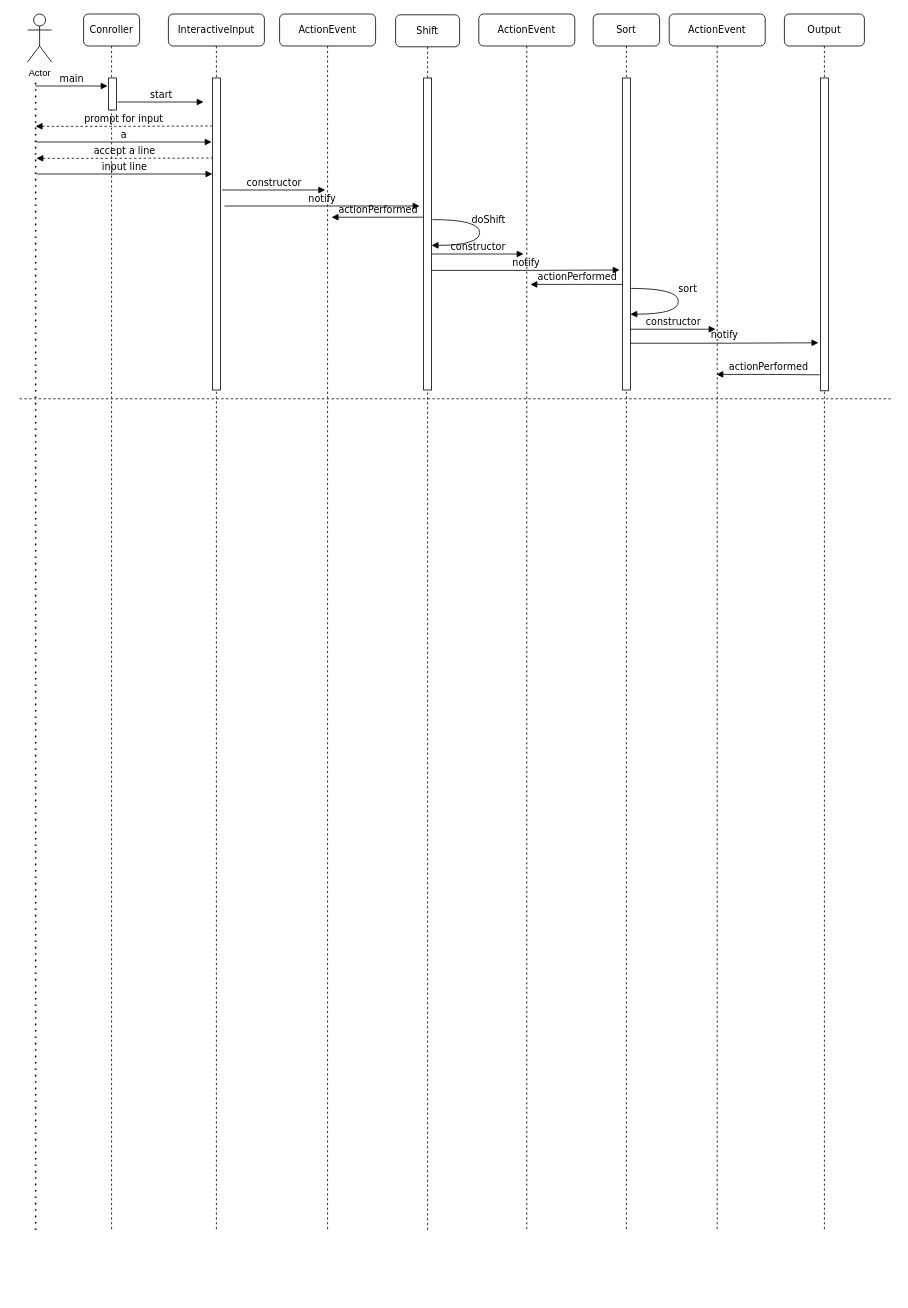
parveshj/577 keeps this draw.io diagram as HW2Q1.drawio. Above is the earlier version. Source tidied: cells renumbered, new cells numbered last; positions are measured from the earlier drawing's top-left corner, leaving out a move shared by most shapes. Both pictures are drawn from the tidied source at 80%, with x=0, y=0 at pixel (19, 14).
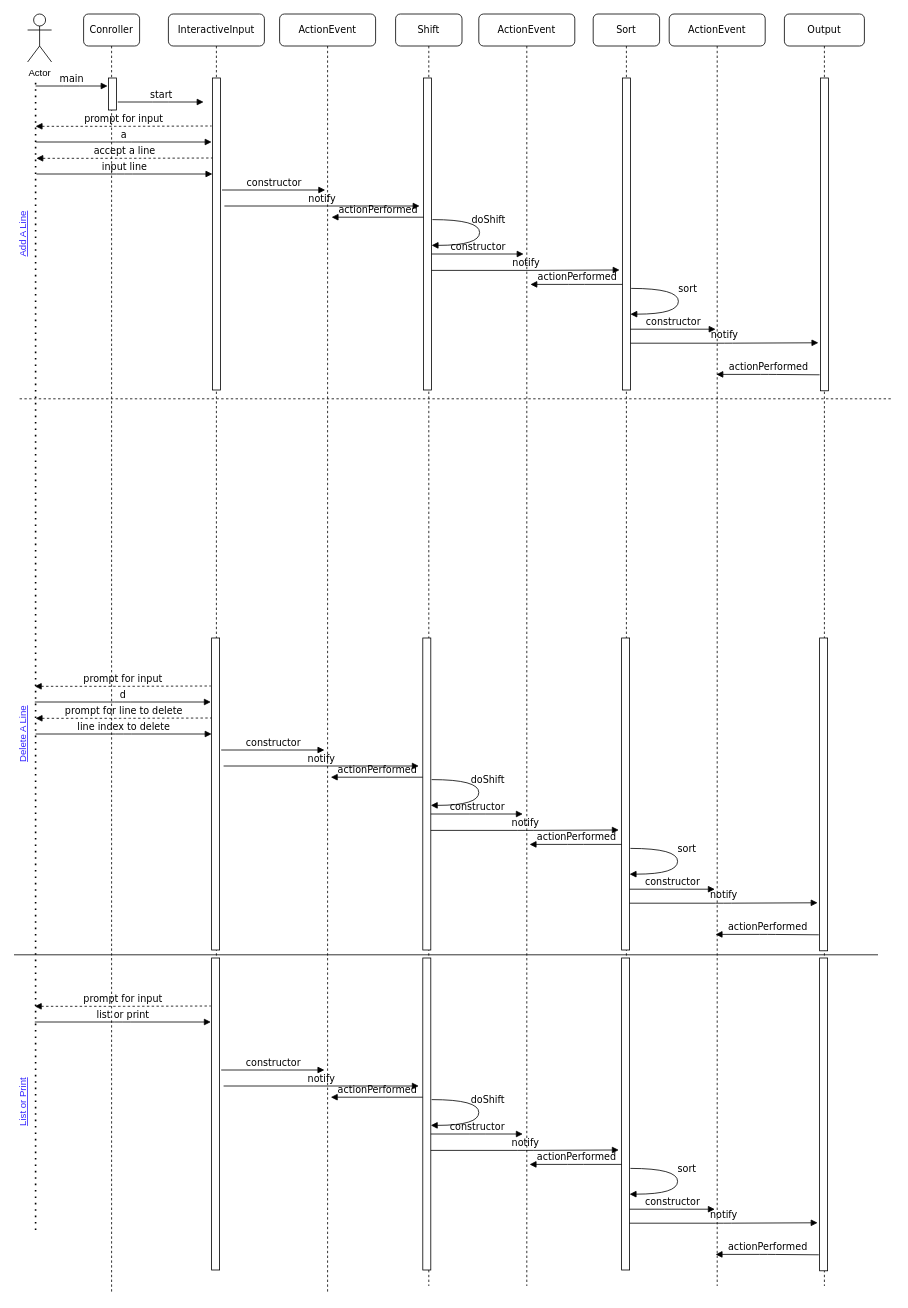
The same page after the edit.

Change to the diagram source:
```diff
@@
     <mxCell id="3" value="Shift" style="shape=umlLifeline;perimeter=lifelinePerimeter;whiteSpace=wrap;html=1;rounded=1;shadow=0;comic=0;labelBackgroundColor=none;strokeWidth=1;fontFamily=Verdana;fontSize=12;align=center;" parent="1" vertex="1">
-      <mxGeometry x="470" y="1" width="80" height="1520" as="geometry" />
+      <mxGeometry x="470" width="83" height="1590" as="geometry" />
     </mxCell>
@@
     <mxCell id="5" value="Output" style="shape=umlLifeline;perimeter=lifelinePerimeter;whiteSpace=wrap;html=1;rounded=1;shadow=0;comic=0;labelBackgroundColor=none;strokeWidth=1;fontFamily=Verdana;fontSize=12;align=center;" parent="1" vertex="1">
-      <mxGeometry x="956" width="100" height="1520" as="geometry" />
+      <mxGeometry x="956" width="100" height="1590" as="geometry" />
     </mxCell>
     <mxCell id="6" value="Conroller" style="shape=umlLifeline;perimeter=lifelinePerimeter;whiteSpace=wrap;html=1;rounded=1;shadow=0;comic=0;labelBackgroundColor=none;strokeWidth=1;fontFamily=Verdana;fontSize=12;align=center;" parent="1" vertex="1">
-      <mxGeometry x="80" width="70" height="1520" as="geometry" />
+      <mxGeometry x="80" width="70" height="1600" as="geometry" />
     </mxCell>
@@
     <mxCell id="16" value="ActionEvent" style="shape=umlLifeline;perimeter=lifelinePerimeter;whiteSpace=wrap;html=1;rounded=1;shadow=0;comic=0;labelBackgroundColor=none;strokeWidth=1;fontFamily=Verdana;fontSize=12;align=center;" parent="1" vertex="1">
-      <mxGeometry x="325" width="120" height="1520" as="geometry" />
+      <mxGeometry x="325" width="120" height="1600" as="geometry" />
     </mxCell>
     <mxCell id="17" value="ActionEvent" style="shape=umlLifeline;perimeter=lifelinePerimeter;whiteSpace=wrap;html=1;rounded=1;shadow=0;comic=0;labelBackgroundColor=none;strokeWidth=1;fontFamily=Verdana;fontSize=12;align=center;" parent="1" vertex="1">
-      <mxGeometry x="574" width="120" height="1520" as="geometry" />
+      <mxGeometry x="574" width="120" height="1590" as="geometry" />
     </mxCell>
     <mxCell id="18" value="ActionEvent" style="shape=umlLifeline;perimeter=lifelinePerimeter;whiteSpace=wrap;html=1;rounded=1;shadow=0;comic=0;labelBackgroundColor=none;strokeWidth=1;fontFamily=Verdana;fontSize=12;align=center;" parent="1" vertex="1">
-      <mxGeometry x="812" width="120" height="1520" as="geometry" />
+      <mxGeometry x="812" width="120" height="1590" as="geometry" />
     </mxCell>
@@
+    <mxCell id="35" style="html=1;perimeter=orthogonalPerimeter;rounded=0;shadow=0;comic=0;labelBackgroundColor=none;strokeWidth=1;fontFamily=Verdana;fontSize=12;align=center;" parent="1" vertex="1">
+      <mxGeometry x="240" y="780" width="10" height="390" as="geometry" />
+    </mxCell>
+    <mxCell id="36" style="html=1;perimeter=orthogonalPerimeter;rounded=0;shadow=0;comic=0;labelBackgroundColor=none;strokeWidth=1;fontFamily=Verdana;fontSize=12;align=center;" parent="1" vertex="1">
+      <mxGeometry x="752.5" y="780" width="10" height="390" as="geometry" />
+    </mxCell>
+    <mxCell id="37" style="html=1;perimeter=orthogonalPerimeter;rounded=0;shadow=0;comic=0;labelBackgroundColor=none;strokeWidth=1;fontFamily=Verdana;fontSize=12;align=center;" parent="1" vertex="1">
+      <mxGeometry x="1000" y="780" width="10" height="391" as="geometry" />
+    </mxCell>
+    <mxCell id="38" value="doShift" style="html=1;verticalAlign=bottom;endArrow=block;labelBackgroundColor=none;fontFamily=Verdana;fontSize=12;elbow=vertical;edgeStyle=orthogonalEdgeStyle;curved=1;exitX=1.1;exitY=0.2;exitDx=0;exitDy=0;exitPerimeter=0;" parent="1" edge="1">
+      <mxGeometry x="-0.09" y="11" relative="1" as="geometry">
+        <mxPoint x="515" y="957" as="sourcePoint" />
+        <mxPoint x="514" y="989.2" as="targetPoint" />
+        <Array as="points">
+          <mxPoint x="574" y="957" />
+          <mxPoint x="574" y="989" />
+        </Array>
+      </mxGeometry>
+    </mxCell>
+    <mxCell id="39" value="prompt for input" style="html=1;verticalAlign=bottom;endArrow=none;labelBackgroundColor=none;fontFamily=Verdana;fontSize=12;edgeStyle=elbowEdgeStyle;elbow=horizontal;exitX=1.167;exitY=0.75;exitDx=0;exitDy=0;exitPerimeter=0;dashed=1;startArrow=block;startFill=1;endFill=0;" parent="1" edge="1">
+      <mxGeometry relative="1" as="geometry">
+        <mxPoint x="19" y="840.4" as="sourcePoint" />
+        <mxPoint x="239" y="840" as="targetPoint" />
+      </mxGeometry>
+    </mxCell>
+    <mxCell id="40" value="d" style="html=1;verticalAlign=bottom;endArrow=block;labelBackgroundColor=none;fontFamily=Verdana;fontSize=12;edgeStyle=elbowEdgeStyle;elbow=horizontal;" parent="1" edge="1">
+      <mxGeometry relative="1" as="geometry">
+        <mxPoint x="19" y="860" as="sourcePoint" />
+        <mxPoint x="239" y="860" as="targetPoint" />
+      </mxGeometry>
+    </mxCell>
+    <mxCell id="41" value="prompt for line to delete" style="html=1;verticalAlign=bottom;endArrow=none;labelBackgroundColor=none;fontFamily=Verdana;fontSize=12;edgeStyle=elbowEdgeStyle;elbow=horizontal;exitX=1.167;exitY=0.75;exitDx=0;exitDy=0;exitPerimeter=0;dashed=1;startArrow=block;startFill=1;endFill=0;" parent="1" edge="1">
+      <mxGeometry relative="1" as="geometry">
+        <mxPoint x="20" y="880.4" as="sourcePoint" />
+        <mxPoint x="240" y="880" as="targetPoint" />
+      </mxGeometry>
+    </mxCell>
+    <mxCell id="42" value="line index to delete" style="html=1;verticalAlign=bottom;endArrow=block;labelBackgroundColor=none;fontFamily=Verdana;fontSize=12;edgeStyle=elbowEdgeStyle;elbow=horizontal;" parent="1" edge="1">
+      <mxGeometry relative="1" as="geometry">
+        <mxPoint x="20" y="900" as="sourcePoint" />
+        <mxPoint x="240" y="900" as="targetPoint" />
+      </mxGeometry>
+    </mxCell>
+    <mxCell id="43" value="constructor" style="html=1;verticalAlign=bottom;endArrow=block;labelBackgroundColor=none;fontFamily=Verdana;fontSize=12;edgeStyle=elbowEdgeStyle;elbow=horizontal;" parent="1" edge="1">
+      <mxGeometry relative="1" as="geometry">
+        <mxPoint x="252" y="920" as="sourcePoint" />
+        <mxPoint x="381" y="920" as="targetPoint" />
+      </mxGeometry>
+    </mxCell>
+    <mxCell id="44" value="notify" style="html=1;verticalAlign=bottom;endArrow=block;labelBackgroundColor=none;fontFamily=Verdana;fontSize=12;edgeStyle=elbowEdgeStyle;elbow=horizontal;" parent="1" edge="1">
+      <mxGeometry relative="1" as="geometry">
+        <mxPoint x="255" y="940" as="sourcePoint" />
+        <mxPoint x="499" y="940" as="targetPoint" />
+      </mxGeometry>
+    </mxCell>
+    <mxCell id="45" style="html=1;perimeter=orthogonalPerimeter;rounded=0;shadow=0;comic=0;labelBackgroundColor=none;strokeWidth=1;fontFamily=Verdana;fontSize=12;align=center;" parent="1" vertex="1">
+      <mxGeometry x="504" y="780" width="10" height="390" as="geometry" />
+    </mxCell>
+    <mxCell id="46" value="constructor" style="html=1;verticalAlign=bottom;endArrow=block;labelBackgroundColor=none;fontFamily=Verdana;fontSize=12;edgeStyle=elbowEdgeStyle;elbow=horizontal;" parent="1" edge="1">
+      <mxGeometry relative="1" as="geometry">
+        <mxPoint x="514" y="1000" as="sourcePoint" />
+        <mxPoint x="629" y="1000" as="targetPoint" />
+      </mxGeometry>
+    </mxCell>
+    <mxCell id="47" value="notify" style="html=1;verticalAlign=bottom;endArrow=block;labelBackgroundColor=none;fontFamily=Verdana;fontSize=12;edgeStyle=elbowEdgeStyle;elbow=horizontal;" parent="1" edge="1">
+      <mxGeometry relative="1" as="geometry">
+        <mxPoint x="514" y="1020.5" as="sourcePoint" />
+        <mxPoint x="749" y="1020" as="targetPoint" />
+      </mxGeometry>
+    </mxCell>
+    <mxCell id="48" value="sort" style="html=1;verticalAlign=bottom;endArrow=block;labelBackgroundColor=none;fontFamily=Verdana;fontSize=12;elbow=vertical;edgeStyle=orthogonalEdgeStyle;curved=1;exitX=1.1;exitY=0.2;exitDx=0;exitDy=0;exitPerimeter=0;" parent="1" edge="1">
+      <mxGeometry x="-0.09" y="11" relative="1" as="geometry">
+        <mxPoint x="763.5" y="1043" as="sourcePoint" />
+        <mxPoint x="762.5" y="1075.2" as="targetPoint" />
+        <Array as="points">
+          <mxPoint x="822.5" y="1043" />
+          <mxPoint x="822.5" y="1075" />
+        </Array>
+      </mxGeometry>
+    </mxCell>
+    <mxCell id="49" value="notify" style="html=1;verticalAlign=bottom;endArrow=block;labelBackgroundColor=none;fontFamily=Verdana;fontSize=12;edgeStyle=elbowEdgeStyle;elbow=horizontal;" parent="1" edge="1">
+      <mxGeometry relative="1" as="geometry">
+        <mxPoint x="762.5" y="1111.5" as="sourcePoint" />
+        <mxPoint x="997.5" y="1111" as="targetPoint" />
+      </mxGeometry>
+    </mxCell>
+    <mxCell id="50" value="constructor" style="html=1;verticalAlign=bottom;endArrow=block;labelBackgroundColor=none;fontFamily=Verdana;fontSize=12;edgeStyle=elbowEdgeStyle;elbow=horizontal;" parent="1" edge="1">
+      <mxGeometry relative="1" as="geometry">
+        <mxPoint x="762.5" y="1094" as="sourcePoint" />
+        <mxPoint x="869" y="1094" as="targetPoint" />
+      </mxGeometry>
+    </mxCell>
+    <mxCell id="51" value="actionPerformed" style="html=1;verticalAlign=bottom;endArrow=none;labelBackgroundColor=none;fontFamily=Verdana;fontSize=12;edgeStyle=elbowEdgeStyle;elbow=horizontal;startArrow=block;startFill=1;endFill=0;" parent="1" edge="1">
+      <mxGeometry relative="1" as="geometry">
+        <mxPoint x="389" y="954" as="sourcePoint" />
+        <mxPoint x="504" y="954" as="targetPoint" />
+      </mxGeometry>
+    </mxCell>
+    <mxCell id="52" value="actionPerformed" style="html=1;verticalAlign=bottom;endArrow=none;labelBackgroundColor=none;fontFamily=Verdana;fontSize=12;edgeStyle=elbowEdgeStyle;elbow=horizontal;startArrow=block;startFill=1;endFill=0;" parent="1" edge="1">
+      <mxGeometry relative="1" as="geometry">
+        <mxPoint x="637.5" y="1038" as="sourcePoint" />
+        <mxPoint x="752.5" y="1038" as="targetPoint" />
+      </mxGeometry>
+    </mxCell>
+    <mxCell id="53" value="actionPerformed" style="html=1;verticalAlign=bottom;endArrow=none;labelBackgroundColor=none;fontFamily=Verdana;fontSize=12;edgeStyle=elbowEdgeStyle;elbow=horizontal;startArrow=block;startFill=1;endFill=0;" parent="1" edge="1">
+      <mxGeometry relative="1" as="geometry">
+        <mxPoint x="870" y="1150.5" as="sourcePoint" />
+        <mxPoint x="999" y="1151" as="targetPoint" />
+      </mxGeometry>
+    </mxCell>
+    <mxCell id="54" style="html=1;perimeter=orthogonalPerimeter;rounded=0;shadow=0;comic=0;labelBackgroundColor=none;strokeWidth=1;fontFamily=Verdana;fontSize=12;align=center;" parent="1" vertex="1">
+      <mxGeometry x="240" y="1180" width="10" height="390" as="geometry" />
+    </mxCell>
+    <mxCell id="55" style="html=1;perimeter=orthogonalPerimeter;rounded=0;shadow=0;comic=0;labelBackgroundColor=none;strokeWidth=1;fontFamily=Verdana;fontSize=12;align=center;" parent="1" vertex="1">
+      <mxGeometry x="752.5" y="1180" width="10" height="390" as="geometry" />
+    </mxCell>
+    <mxCell id="56" style="html=1;perimeter=orthogonalPerimeter;rounded=0;shadow=0;comic=0;labelBackgroundColor=none;strokeWidth=1;fontFamily=Verdana;fontSize=12;align=center;" parent="1" vertex="1">
+      <mxGeometry x="1000" y="1180" width="10" height="391" as="geometry" />
+    </mxCell>
+    <mxCell id="57" value="doShift" style="html=1;verticalAlign=bottom;endArrow=block;labelBackgroundColor=none;fontFamily=Verdana;fontSize=12;elbow=vertical;edgeStyle=orthogonalEdgeStyle;curved=1;exitX=1.1;exitY=0.2;exitDx=0;exitDy=0;exitPerimeter=0;" parent="1" edge="1">
+      <mxGeometry x="-0.09" y="11" relative="1" as="geometry">
+        <mxPoint x="515" y="1357" as="sourcePoint" />
+        <mxPoint x="514" y="1389.2" as="targetPoint" />
+        <Array as="points">
+          <mxPoint x="574" y="1357" />
+          <mxPoint x="574" y="1389" />
+        </Array>
+      </mxGeometry>
+    </mxCell>
+    <mxCell id="58" value="prompt for input" style="html=1;verticalAlign=bottom;endArrow=none;labelBackgroundColor=none;fontFamily=Verdana;fontSize=12;edgeStyle=elbowEdgeStyle;elbow=horizontal;exitX=1.167;exitY=0.75;exitDx=0;exitDy=0;exitPerimeter=0;dashed=1;startArrow=block;startFill=1;endFill=0;" parent="1" edge="1">
+      <mxGeometry relative="1" as="geometry">
+        <mxPoint x="19" y="1240.4" as="sourcePoint" />
+        <mxPoint x="239" y="1240" as="targetPoint" />
+      </mxGeometry>
+    </mxCell>
+    <mxCell id="59" value="list or print" style="html=1;verticalAlign=bottom;endArrow=block;labelBackgroundColor=none;fontFamily=Verdana;fontSize=12;edgeStyle=elbowEdgeStyle;elbow=horizontal;" parent="1" edge="1">
+      <mxGeometry relative="1" as="geometry">
+        <mxPoint x="19" y="1260" as="sourcePoint" />
+        <mxPoint x="239" y="1260" as="targetPoint" />
+      </mxGeometry>
+    </mxCell>
+    <mxCell id="60" value="constructor" style="html=1;verticalAlign=bottom;endArrow=block;labelBackgroundColor=none;fontFamily=Verdana;fontSize=12;edgeStyle=elbowEdgeStyle;elbow=horizontal;" parent="1" edge="1">
+      <mxGeometry relative="1" as="geometry">
+        <mxPoint x="252" y="1320" as="sourcePoint" />
+        <mxPoint x="381" y="1320" as="targetPoint" />
+      </mxGeometry>
+    </mxCell>
+    <mxCell id="61" value="notify" style="html=1;verticalAlign=bottom;endArrow=block;labelBackgroundColor=none;fontFamily=Verdana;fontSize=12;edgeStyle=elbowEdgeStyle;elbow=horizontal;" parent="1" edge="1">
+      <mxGeometry relative="1" as="geometry">
+        <mxPoint x="255" y="1340" as="sourcePoint" />
+        <mxPoint x="499" y="1340" as="targetPoint" />
+      </mxGeometry>
+    </mxCell>
+    <mxCell id="62" style="html=1;perimeter=orthogonalPerimeter;rounded=0;shadow=0;comic=0;labelBackgroundColor=none;strokeWidth=1;fontFamily=Verdana;fontSize=12;align=center;" parent="1" vertex="1">
+      <mxGeometry x="504" y="1180" width="10" height="390" as="geometry" />
+    </mxCell>
+    <mxCell id="63" value="constructor" style="html=1;verticalAlign=bottom;endArrow=block;labelBackgroundColor=none;fontFamily=Verdana;fontSize=12;edgeStyle=elbowEdgeStyle;elbow=horizontal;" parent="1" edge="1">
+      <mxGeometry relative="1" as="geometry">
+        <mxPoint x="514" y="1400" as="sourcePoint" />
+        <mxPoint x="629" y="1400" as="targetPoint" />
+      </mxGeometry>
+    </mxCell>
+    <mxCell id="64" value="notify" style="html=1;verticalAlign=bottom;endArrow=block;labelBackgroundColor=none;fontFamily=Verdana;fontSize=12;edgeStyle=elbowEdgeStyle;elbow=horizontal;" parent="1" edge="1">
+      <mxGeometry relative="1" as="geometry">
+        <mxPoint x="514" y="1420.5" as="sourcePoint" />
+        <mxPoint x="749" y="1420" as="targetPoint" />
+      </mxGeometry>
+    </mxCell>
+    <mxCell id="65" value="sort" style="html=1;verticalAlign=bottom;endArrow=block;labelBackgroundColor=none;fontFamily=Verdana;fontSize=12;elbow=vertical;edgeStyle=orthogonalEdgeStyle;curved=1;exitX=1.1;exitY=0.2;exitDx=0;exitDy=0;exitPerimeter=0;" parent="1" edge="1">
+      <mxGeometry x="-0.09" y="11" relative="1" as="geometry">
+        <mxPoint x="763.5" y="1443" as="sourcePoint" />
+        <mxPoint x="762.5" y="1475.2" as="targetPoint" />
+        <Array as="points">
+          <mxPoint x="822.5" y="1443" />
+          <mxPoint x="822.5" y="1475" />
+        </Array>
+      </mxGeometry>
+    </mxCell>
+    <mxCell id="66" value="notify" style="html=1;verticalAlign=bottom;endArrow=block;labelBackgroundColor=none;fontFamily=Verdana;fontSize=12;edgeStyle=elbowEdgeStyle;elbow=horizontal;" parent="1" edge="1">
+      <mxGeometry relative="1" as="geometry">
+        <mxPoint x="762.5" y="1511.5" as="sourcePoint" />
+        <mxPoint x="997.5" y="1511" as="targetPoint" />
+      </mxGeometry>
+    </mxCell>
+    <mxCell id="67" value="constructor" style="html=1;verticalAlign=bottom;endArrow=block;labelBackgroundColor=none;fontFamily=Verdana;fontSize=12;edgeStyle=elbowEdgeStyle;elbow=horizontal;" parent="1" edge="1">
+      <mxGeometry relative="1" as="geometry">
+        <mxPoint x="762.5" y="1494" as="sourcePoint" />
+        <mxPoint x="869" y="1494" as="targetPoint" />
+      </mxGeometry>
+    </mxCell>
+    <mxCell id="68" value="actionPerformed" style="html=1;verticalAlign=bottom;endArrow=none;labelBackgroundColor=none;fontFamily=Verdana;fontSize=12;edgeStyle=elbowEdgeStyle;elbow=horizontal;startArrow=block;startFill=1;endFill=0;" parent="1" edge="1">
+      <mxGeometry relative="1" as="geometry">
+        <mxPoint x="389" y="1354" as="sourcePoint" />
+        <mxPoint x="504" y="1354" as="targetPoint" />
+      </mxGeometry>
+    </mxCell>
+    <mxCell id="69" value="actionPerformed" style="html=1;verticalAlign=bottom;endArrow=none;labelBackgroundColor=none;fontFamily=Verdana;fontSize=12;edgeStyle=elbowEdgeStyle;elbow=horizontal;startArrow=block;startFill=1;endFill=0;" parent="1" edge="1">
+      <mxGeometry relative="1" as="geometry">
+        <mxPoint x="637.5" y="1438" as="sourcePoint" />
+        <mxPoint x="752.5" y="1438" as="targetPoint" />
+      </mxGeometry>
+    </mxCell>
+    <mxCell id="70" value="actionPerformed" style="html=1;verticalAlign=bottom;endArrow=none;labelBackgroundColor=none;fontFamily=Verdana;fontSize=12;edgeStyle=elbowEdgeStyle;elbow=horizontal;startArrow=block;startFill=1;endFill=0;" parent="1" edge="1">
+      <mxGeometry relative="1" as="geometry">
+        <mxPoint x="870" y="1550.5" as="sourcePoint" />
+        <mxPoint x="999" y="1551" as="targetPoint" />
+      </mxGeometry>
+    </mxCell>
+    <mxCell id="71" style="endArrow=none;html=1;" parent="1" edge="1">
+      <mxGeometry relative="1" as="geometry">
+        <mxPoint x="-7" y="1176" as="sourcePoint" />
+        <mxPoint x="1073" y="1176" as="targetPoint" />
+      </mxGeometry>
+    </mxCell>
+    <mxCell id="72" value="Add A Line" style="text;html=1;strokeColor=none;fillColor=none;align=center;verticalAlign=middle;whiteSpace=wrap;rounded=1;rotation=-90;fontStyle=4;fontColor=#3224FF;" parent="1" vertex="1">
+      <mxGeometry x="-35" y="265" width="80" height="20" as="geometry" />
+    </mxCell>
+    <mxCell id="73" value="Delete A Line" style="text;html=1;strokeColor=none;fillColor=none;align=center;verticalAlign=middle;whiteSpace=wrap;rounded=1;rotation=-90;fontStyle=4;fontColor=#3224FF;" parent="1" vertex="1">
+      <mxGeometry x="-35" y="890" width="80" height="20" as="geometry" />
+    </mxCell>
+    <mxCell id="74" value="List or Print" style="text;html=1;strokeColor=none;fillColor=none;align=center;verticalAlign=middle;whiteSpace=wrap;rounded=1;rotation=-90;fontStyle=4;fontColor=#3224FF;" parent="1" vertex="1">
+      <mxGeometry x="-35" y="1350" width="80" height="20" as="geometry" />
+    </mxCell>
```
